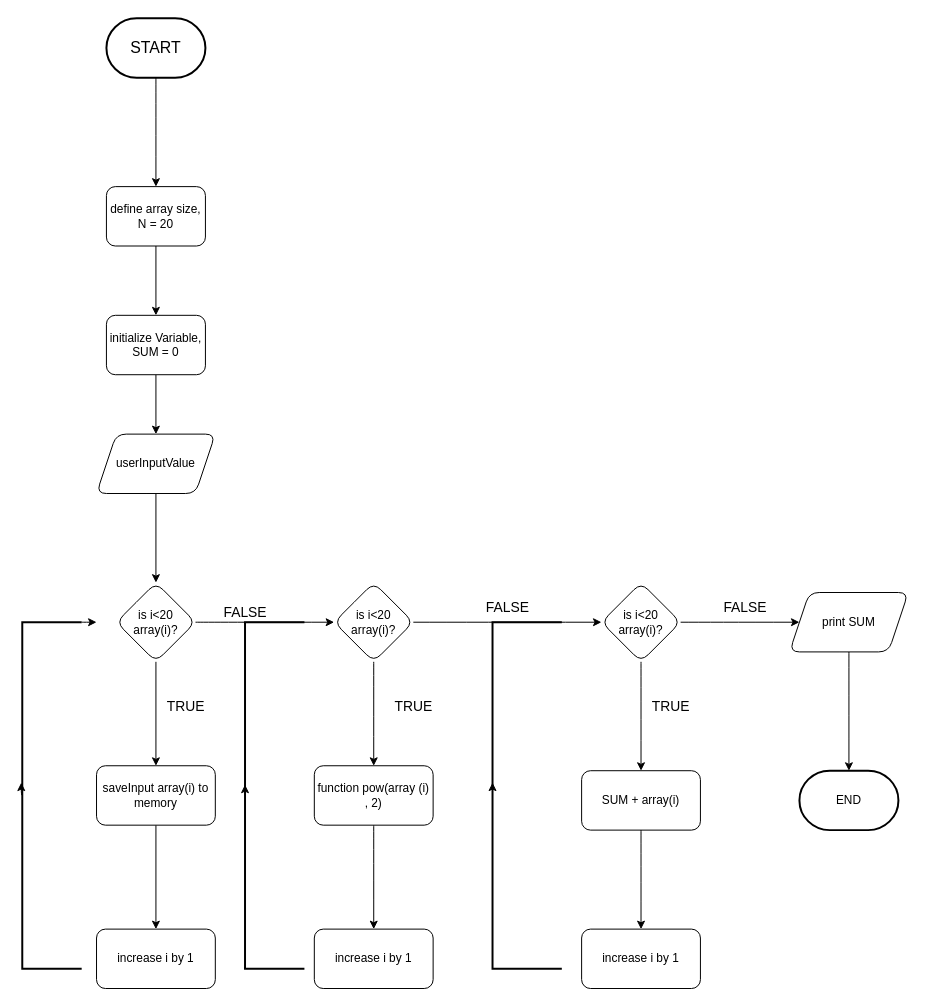
Cyriacusifeco/ALX keeps this draw.io diagram as page "Page-1" (1 of 2) of Sum_of_Squares_of_Given_Number.drawio. Above is the earlier version. Source tidied: cells renumbered, new cells numbered last; positions are measured from the earlier drawing's top-left corner, leaving out a move shared by most shapes. Both pictures are drawn from the tidied source at 99%, with x=0, y=0 at pixel (22, 18).
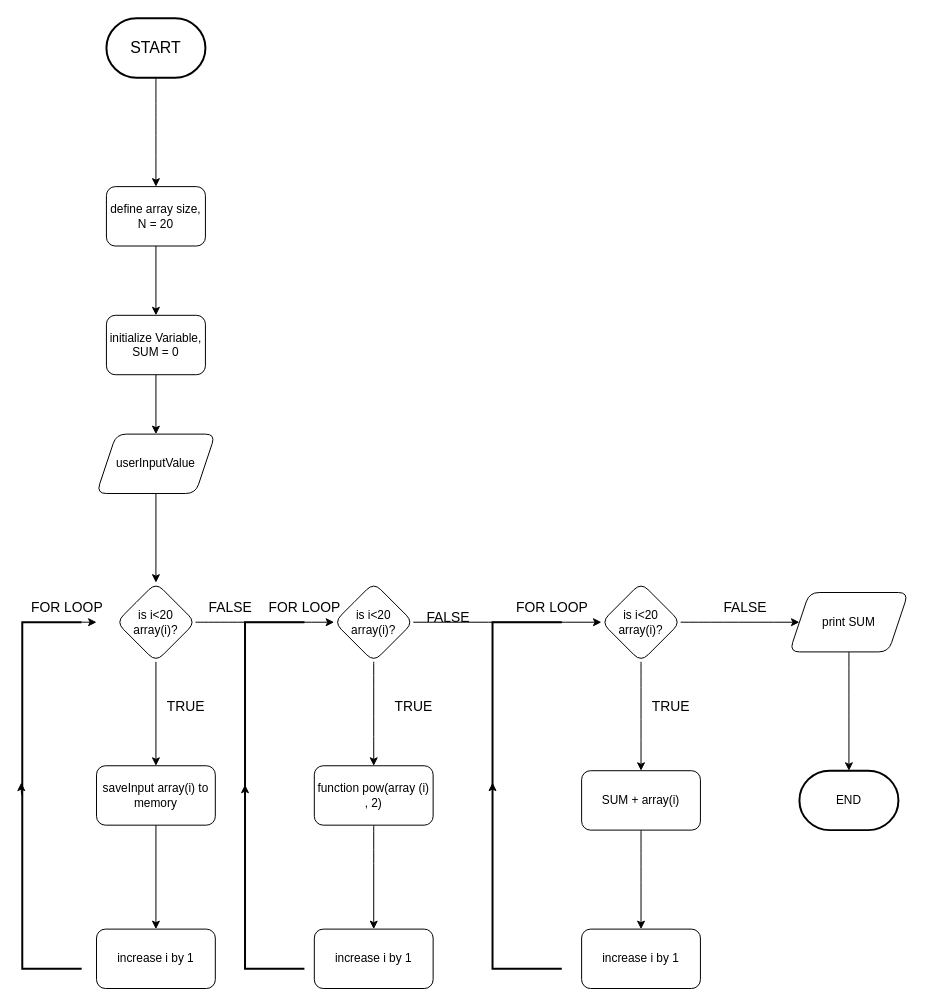
After the change.

Diff of the diagram source:
```diff
@@
     <mxCell id="37" value="FALSE" style="text;html=1;align=center;verticalAlign=middle;fillColor=none;strokeColor=none;rounded=0;fontSize=14;" parent="1" vertex="1">
-      <mxGeometry x="190" y="585" width="70" height="30" as="geometry" />
+      <mxGeometry x="175" y="580" width="70" height="30" as="geometry" />
     </mxCell>
     <mxCell id="38" value="FALSE" style="text;html=1;align=center;verticalAlign=middle;fillColor=none;strokeColor=none;rounded=0;fontSize=14;" parent="1" vertex="1">
-      <mxGeometry x="455" y="580" width="70" height="30" as="geometry" />
+      <mxGeometry x="395" y="590" width="70" height="30" as="geometry" />
     </mxCell>
@@
+    <mxCell id="44" value="FOR LOOP" style="text;html=1;align=center;verticalAlign=middle;fillColor=none;strokeColor=none;rounded=0;fontSize=14;" parent="1" vertex="1">
+      <mxGeometry x="-5" y="580" width="100" height="30" as="geometry" />
+    </mxCell>
+    <mxCell id="45" value="FOR LOOP" style="text;html=1;align=center;verticalAlign=middle;fillColor=none;strokeColor=none;rounded=0;fontSize=14;" parent="1" vertex="1">
+      <mxGeometry x="235" y="580" width="100" height="30" as="geometry" />
+    </mxCell>
+    <mxCell id="46" value="FOR LOOP" style="text;html=1;align=center;verticalAlign=middle;fillColor=none;strokeColor=none;rounded=0;fontSize=14;" parent="1" vertex="1">
+      <mxGeometry x="485" y="580" width="100" height="30" as="geometry" />
+    </mxCell>
```
